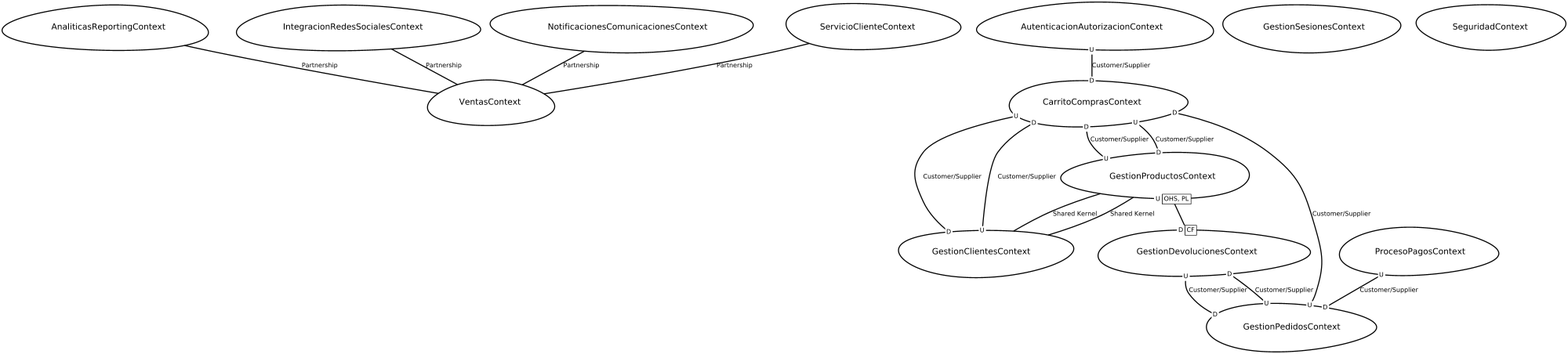
Before: src-gen/LAB02_proyectoEcomerce_ContexMapper_ContextMap.png, a diagram exported from Graphviz (Jhonat20/LAB02_proyectoEcomerce_ContexMapper). Its source is kept beside it as src-gen/LAB02_proyectoEcomerce_ContexMapper_ContextMap.gv.
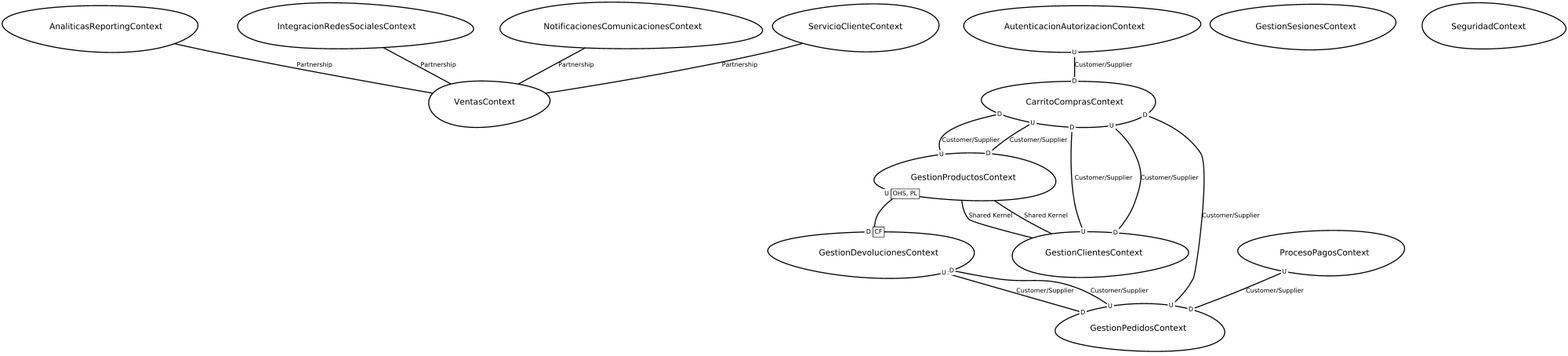
The same file after the commit.

Diff of the diagram source:
```diff
@@ -1,19 +1,19 @@
 digraph "ContextMapGraph" {
 graph ["imagepath"="/tmp/GraphvizJava"]
-"AnaliticasReportingContext" ["margin"="0.3","orientation"="217","shape"="egg","fontsize"="16","style"="bold","label"="AnaliticasReportingContext\n","fontname"="sans-serif"]
-"VentasContext" ["margin"="0.3","orientation"="146","shape"="egg","fontsize"="16","style"="bold","label"="VentasContext\n","fontname"="sans-serif"]
-"AutenticacionAutorizacionContext" ["margin"="0.3","orientation"="48","shape"="egg","fontsize"="16","style"="bold","label"="AutenticacionAutorizacionContext\n","fontname"="sans-serif"]
-"CarritoComprasContext" ["margin"="0.3","orientation"="288","shape"="egg","fontsize"="16","style"="bold","label"="CarritoComprasContext\n","fontname"="sans-serif"]
-"GestionProductosContext" ["margin"="0.3","orientation"="302","shape"="egg","fontsize"="16","style"="bold","label"="GestionProductosContext\n","fontname"="sans-serif"]
-"GestionClientesContext" ["margin"="0.3","orientation"="13","shape"="egg","fontsize"="16","style"="bold","label"="GestionClientesContext\n","fontname"="sans-serif"]
-"GestionDevolucionesContext" ["margin"="0.3","orientation"="302","shape"="egg","fontsize"="16","style"="bold","label"="GestionDevolucionesContext\n","fontname"="sans-serif"]
-"GestionPedidosContext" ["margin"="0.3","orientation"="65","shape"="egg","fontsize"="16","style"="bold","label"="GestionPedidosContext\n","fontname"="sans-serif"]
-"GestionSesionesContext" ["margin"="0.3","orientation"="249","shape"="egg","fontsize"="16","style"="bold","label"="GestionSesionesContext\n","fontname"="sans-serif"]
-"IntegracionRedesSocialesContext" ["margin"="0.3","orientation"="20","shape"="egg","fontsize"="16","style"="bold","label"="IntegracionRedesSocialesContext\n","fontname"="sans-serif"]
-"NotificacionesComunicacionesContext" ["margin"="0.3","orientation"="198","shape"="egg","fontsize"="16","style"="bold","label"="NotificacionesComunicacionesContext\n","fontname"="sans-serif"]
-"ProcesoPagosContext" ["margin"="0.3","orientation"="150","shape"="egg","fontsize"="16","style"="bold","label"="ProcesoPagosContext\n","fontname"="sans-serif"]
-"SeguridadContext" ["margin"="0.3","orientation"="231","shape"="egg","fontsize"="16","style"="bold","label"="SeguridadContext\n","fontname"="sans-serif"]
-"ServicioClienteContext" ["margin"="0.3","orientation"="331","shape"="egg","fontsize"="16","style"="bold","label"="ServicioClienteContext\n","fontname"="sans-serif"]
+"AnaliticasReportingContext" ["margin"="0.3","orientation"="259","shape"="egg","fontsize"="16","style"="bold","label"="AnaliticasReportingContext\n","fontname"="sans-serif"]
+"VentasContext" ["margin"="0.3","orientation"="339","shape"="egg","fontsize"="16","style"="bold","label"="VentasContext\n","fontname"="sans-serif"]
+"AutenticacionAutorizacionContext" ["margin"="0.3","orientation"="163","shape"="egg","fontsize"="16","style"="bold","label"="AutenticacionAutorizacionContext\n","fontname"="sans-serif"]
+"CarritoComprasContext" ["margin"="0.3","orientation"="164","shape"="egg","fontsize"="16","style"="bold","label"="CarritoComprasContext\n","fontname"="sans-serif"]
+"GestionProductosContext" ["margin"="0.3","orientation"="189","shape"="egg","fontsize"="16","style"="bold","label"="GestionProductosContext\n","fontname"="sans-serif"]
+"GestionDevolucionesContext" ["margin"="0.3","orientation"="305","shape"="egg","fontsize"="16","style"="bold","label"="GestionDevolucionesContext\n","fontname"="sans-serif"]
+"GestionPedidosContext" ["margin"="0.3","orientation"="245","shape"="egg","fontsize"="16","style"="bold","label"="GestionPedidosContext\n","fontname"="sans-serif"]
+"GestionClientesContext" ["margin"="0.3","orientation"="70","shape"="egg","fontsize"="16","style"="bold","label"="GestionClientesContext\n","fontname"="sans-serif"]
+"GestionSesionesContext" ["margin"="0.3","orientation"="112","shape"="egg","fontsize"="16","style"="bold","label"="GestionSesionesContext\n","fontname"="sans-serif"]
+"IntegracionRedesSocialesContext" ["margin"="0.3","orientation"="292","shape"="egg","fontsize"="16","style"="bold","label"="IntegracionRedesSocialesContext\n","fontname"="sans-serif"]
+"NotificacionesComunicacionesContext" ["margin"="0.3","orientation"="119","shape"="egg","fontsize"="16","style"="bold","label"="NotificacionesComunicacionesContext\n","fontname"="sans-serif"]
+"ProcesoPagosContext" ["margin"="0.3","orientation"="69","shape"="egg","fontsize"="16","style"="bold","label"="ProcesoPagosContext\n","fontname"="sans-serif"]
+"SeguridadContext" ["margin"="0.3","orientation"="61","shape"="egg","fontsize"="16","style"="bold","label"="SeguridadContext\n","fontname"="sans-serif"]
+"ServicioClienteContext" ["margin"="0.3","orientation"="82","shape"="egg","fontsize"="16","style"="bold","label"="ServicioClienteContext\n","fontname"="sans-serif"]
 "AnaliticasReportingContext" -> "VentasContext" ["fontsize"="12","style"="bold","label"="Partnership","dir"="none","fontname"="sans-serif"]
 "AutenticacionAutorizacionContext" -> "CarritoComprasContext" ["headlabel"=<<table cellspacing="0" cellborder="0" border="0">
 <tr><td bgcolor="white">D</td></tr>
@@ -30,23 +30,17 @@
 </table>>,"labeldistance"="0","fontsize"="12","taillabel"=<<table cellspacing="0" cellborder="0" border="0">
 <tr><td bgcolor="white">U</td></tr>
 </table>>,"style"="bold","label"="Customer/Supplier","dir"="none","fontname"="sans-serif"]
+"GestionProductosContext" -> "GestionDevolucionesContext" ["headlabel"=<<table cellspacing="0" cellborder="1" border="0">
+<tr><td bgcolor="white" sides="r">D</td><td sides="trbl" bgcolor="white"><font>CF</font></td></tr>
+</table>>,"labeldistance"="0","fontsize"="12","taillabel"=<<table cellspacing="0" cellborder="1" border="0">
+<tr><td bgcolor="white" sides="r">U</td><td sides="trbl" bgcolor="white"><font>OHS, PL</font></td></tr>
+</table>>,"style"="bold","label"="                                        ","dir"="none","fontname"="sans-serif"]
 "GestionProductosContext" -> "CarritoComprasContext" ["headlabel"=<<table cellspacing="0" cellborder="0" border="0">
 <tr><td bgcolor="white">D</td></tr>
 </table>>,"labeldistance"="0","fontsize"="12","taillabel"=<<table cellspacing="0" cellborder="0" border="0">
 <tr><td bgcolor="white">U</td></tr>
 </table>>,"style"="bold","label"="Customer/Supplier","dir"="none","fontname"="sans-serif"]
 "GestionProductosContext" -> "GestionClientesContext" ["fontsize"="12","style"="bold","label"="Shared Kernel","dir"="none","fontname"="sans-serif"]
-"GestionProductosContext" -> "GestionDevolucionesContext" ["headlabel"=<<table cellspacing="0" cellborder="1" border="0">
-<tr><td bgcolor="white" sides="r">D</td><td sides="trbl" bgcolor="white"><font>CF</font></td></tr>
-</table>>,"labeldistance"="0","fontsize"="12","taillabel"=<<table cellspacing="0" cellborder="1" border="0">
-<tr><td bgcolor="white" sides="r">U</td><td sides="trbl" bgcolor="white"><font>OHS, PL</font></td></tr>
-</table>>,"style"="bold","label"="                                        ","dir"="none","fontname"="sans-serif"]
-"GestionClientesContext" -> "CarritoComprasContext" ["headlabel"=<<table cellspacing="0" cellborder="0" border="0">
-<tr><td bgcolor="white">D</td></tr>
-</table>>,"labeldistance"="0","fontsize"="12","taillabel"=<<table cellspacing="0" cellborder="0" border="0">
-<tr><td bgcolor="white">U</td></tr>
-</table>>,"style"="bold","label"="Customer/Supplier","dir"="none","fontname"="sans-serif"]
-"GestionClientesContext" -> "GestionProductosContext" ["fontsize"="12","style"="bold","label"="Shared Kernel","dir"="none","fontname"="sans-serif"]
 "GestionDevolucionesContext" -> "GestionPedidosContext" ["headlabel"=<<table cellspacing="0" cellborder="0" border="0">
 <tr><td bgcolor="white">D</td></tr>
 </table>>,"labeldistance"="0","fontsize"="12","taillabel"=<<table cellspacing="0" cellborder="0" border="0">
@@ -62,6 +56,12 @@
 </table>>,"labeldistance"="0","fontsize"="12","taillabel"=<<table cellspacing="0" cellborder="0" border="0">
 <tr><td bgcolor="white">U</td></tr>
 </table>>,"style"="bold","label"="Customer/Supplier","dir"="none","fontname"="sans-serif"]
+"GestionClientesContext" -> "GestionProductosContext" ["fontsize"="12","style"="bold","label"="Shared Kernel","dir"="none","fontname"="sans-serif"]
+"GestionClientesContext" -> "CarritoComprasContext" ["headlabel"=<<table cellspacing="0" cellborder="0" border="0">
+<tr><td bgcolor="white">D</td></tr>
+</table>>,"labeldistance"="0","fontsize"="12","taillabel"=<<table cellspacing="0" cellborder="0" border="0">
+<tr><td bgcolor="white">U</td></tr>
+</table>>,"style"="bold","label"="Customer/Supplier","dir"="none","fontname"="sans-serif"]
 "IntegracionRedesSocialesContext" -> "VentasContext" ["fontsize"="12","style"="bold","label"="Partnership","dir"="none","fontname"="sans-serif"]
 "NotificacionesComunicacionesContext" -> "VentasContext" ["fontsize"="12","style"="bold","label"="Partnership","dir"="none","fontname"="sans-serif"]
 "ProcesoPagosContext" -> "GestionPedidosContext" ["headlabel"=<<table cellspacing="0" cellborder="0" border="0">
```
